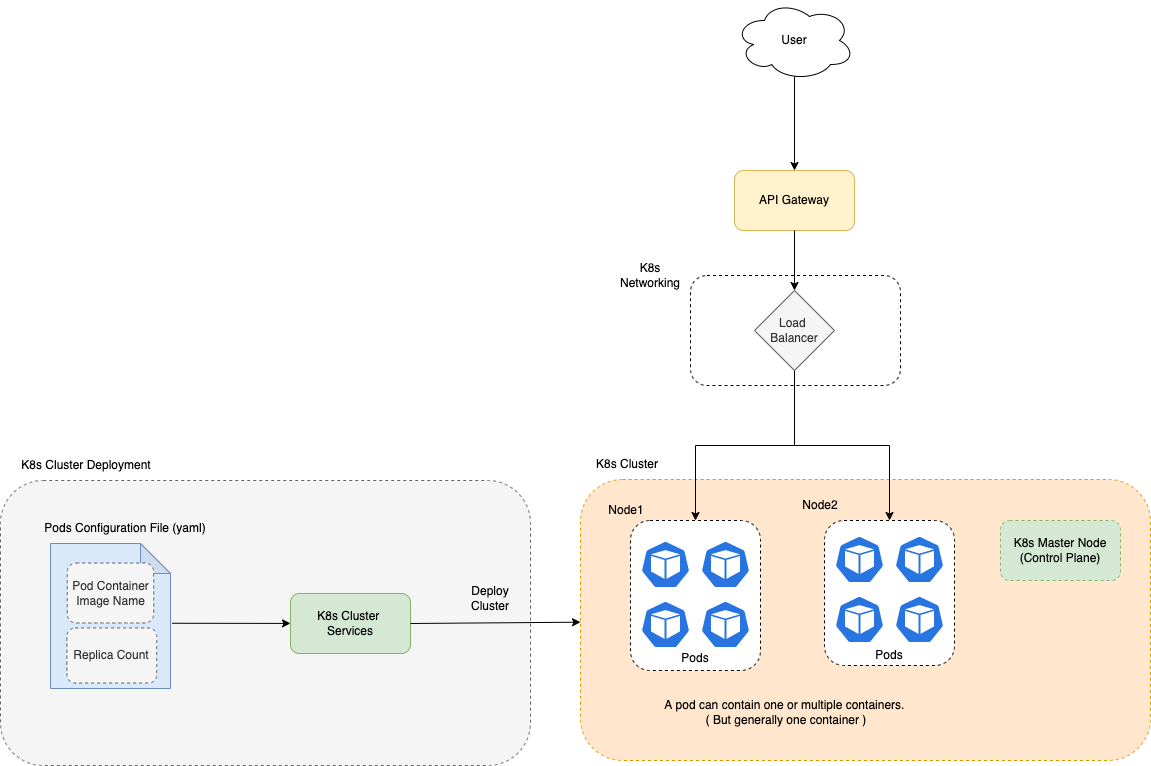
This is src/1_HLDDesignComponents/6_DevOps/assests/Kubernates-Architecture.png from Anshul619/HLD-System-Designs, a draw.io export, as it was before one commit. Source tidied: cells renumbered, new cells last; positions are measured from the earlier drawing's top-left corner, leaving out a move shared by most shapes.
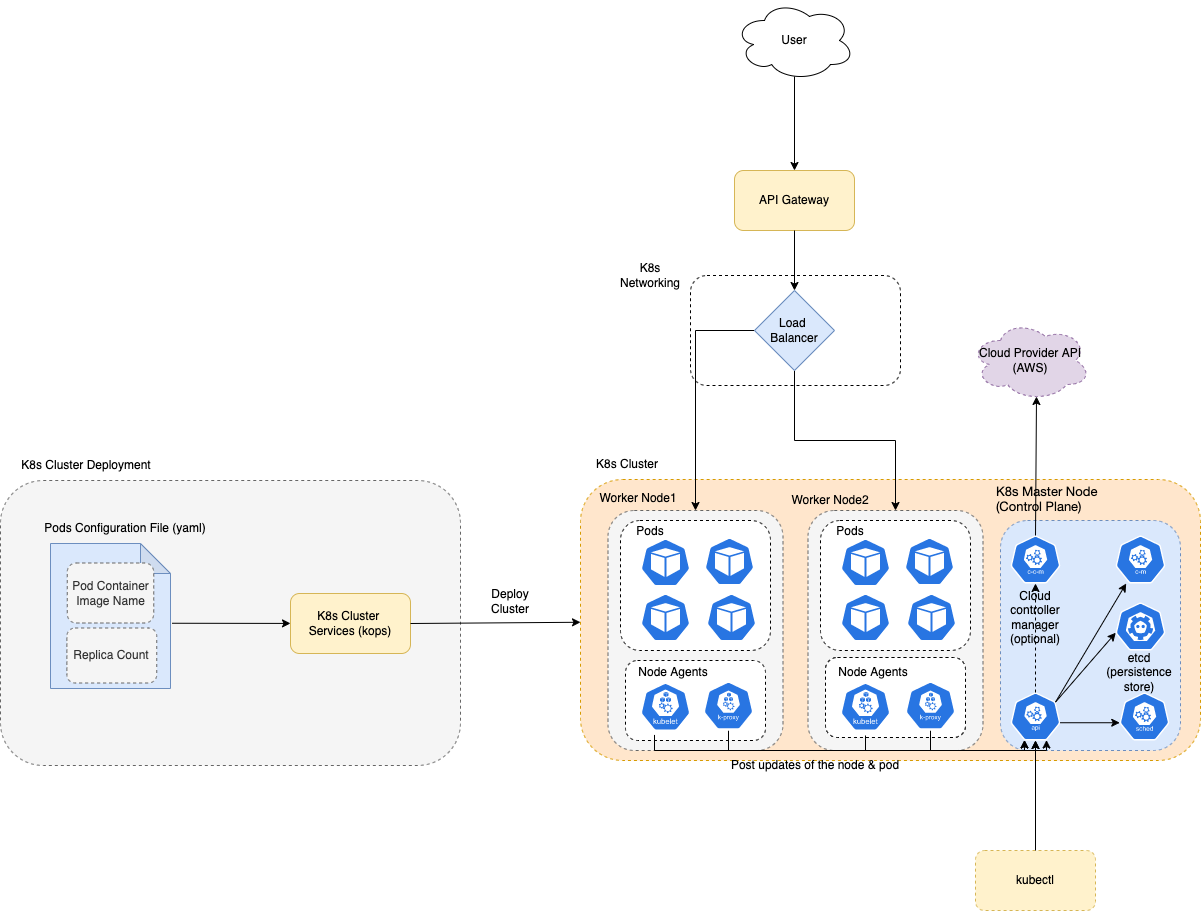
The same diagram one commit later.

Diff of the diagram source:
```diff
@@ -2,70 +2,63 @@
   <root>
     <mxCell id="0" />
     <mxCell id="1" parent="0" />
+    <mxCell id="4" style="rounded=1;whiteSpace=wrap;html=1;dashed=1;fillColor=#ffe6cc;strokeColor=#d79b00;" parent="1" vertex="1">
+      <mxGeometry x="580" y="479" width="620" height="281" as="geometry" />
+    </mxCell>
+    <mxCell id="39" style="rounded=1;whiteSpace=wrap;html=1;fillColor=#f5f5f5;strokeColor=#666666;fontColor=#333333;dashed=1;" parent="1" vertex="1">
+      <mxGeometry x="807.5" y="510" width="175" height="240" as="geometry" />
+    </mxCell>
+    <mxCell id="40" style="rounded=1;whiteSpace=wrap;html=1;dashed=1;" parent="1" vertex="1">
+      <mxGeometry x="825" y="657" width="140" height="80" as="geometry" />
+    </mxCell>
+    <mxCell id="41" style="rounded=1;whiteSpace=wrap;html=1;dashed=1;" parent="1" vertex="1">
+      <mxGeometry x="825" y="657" width="140" height="80" as="geometry" />
+    </mxCell>
+    <mxCell id="42" style="rounded=1;whiteSpace=wrap;html=1;fillColor=#f5f5f5;strokeColor=#666666;fontColor=#333333;dashed=1;" parent="1" vertex="1">
+      <mxGeometry x="607.5" y="510" width="175" height="240" as="geometry" />
+    </mxCell>
     <mxCell id="2" style="rounded=1;whiteSpace=wrap;html=1;dashed=1;" parent="1" vertex="1">
       <mxGeometry x="690" y="275" width="210" height="110" as="geometry" />
     </mxCell>
     <mxCell id="3" style="rounded=1;whiteSpace=wrap;html=1;dashed=1;fillColor=#f5f5f5;strokeColor=#666666;fontColor=#333333;" parent="1" vertex="1">
-      <mxGeometry y="480" width="530" height="285" as="geometry" />
+      <mxGeometry y="480" width="460" height="285" as="geometry" />
     </mxCell>
-    <mxCell id="4" style="rounded=1;whiteSpace=wrap;html=1;dashed=1;fillColor=#ffe6cc;strokeColor=#d79b00;" parent="1" vertex="1">
-      <mxGeometry x="580" y="479" width="570" height="281" as="geometry" />
-    </mxCell>
     <mxCell id="5" style="rounded=1;whiteSpace=wrap;html=1;dashed=1;" parent="1" vertex="1">
-      <mxGeometry x="630" y="520" width="130" height="150" as="geometry" />
+      <mxGeometry x="620" y="520" width="150" height="130" as="geometry" />
     </mxCell>
     <mxCell id="6" style="sketch=0;html=1;dashed=0;whitespace=wrap;fillColor=#2875E2;strokeColor=#ffffff;shape=mxgraph.kubernetes.icon;prIcon=pod;" parent="1" vertex="1">
-      <mxGeometry x="640" y="540" width="50" height="48" as="geometry" />
+      <mxGeometry x="640" y="538" width="50" height="48" as="geometry" />
     </mxCell>
     <mxCell id="7" style="sketch=0;html=1;dashed=0;whitespace=wrap;fillColor=#2875E2;strokeColor=#ffffff;shape=mxgraph.kubernetes.icon;prIcon=pod;" parent="1" vertex="1">
-      <mxGeometry x="640" y="600" width="50" height="48" as="geometry" />
+      <mxGeometry x="640" y="593" width="50" height="48" as="geometry" />
     </mxCell>
     <mxCell id="8" style="sketch=0;html=1;dashed=0;whitespace=wrap;fillColor=#2875E2;strokeColor=#ffffff;shape=mxgraph.kubernetes.icon;prIcon=pod;" parent="1" vertex="1">
-      <mxGeometry x="700" y="540" width="50" height="48" as="geometry" />
+      <mxGeometry x="704" y="537" width="50" height="48" as="geometry" />
     </mxCell>
     <mxCell id="9" style="sketch=0;html=1;dashed=0;whitespace=wrap;fillColor=#2875E2;strokeColor=#ffffff;shape=mxgraph.kubernetes.icon;prIcon=pod;" parent="1" vertex="1">
-      <mxGeometry x="700" y="600" width="50" height="48" as="geometry" />
+      <mxGeometry x="706" y="593" width="50" height="48" as="geometry" />
     </mxCell>
-    <mxCell id="10" value="Node1" style="text;html=1;strokeColor=none;fillColor=none;align=center;verticalAlign=middle;whiteSpace=wrap;rounded=0;" parent="1" vertex="1">
-      <mxGeometry x="596" y="495" width="60" height="30" as="geometry" />
+    <mxCell id="10" value="Worker Node1" style="text;html=1;strokeColor=none;fillColor=none;align=center;verticalAlign=middle;whiteSpace=wrap;rounded=0;" parent="1" vertex="1">
+      <mxGeometry x="596" y="483" width="84" height="30" as="geometry" />
     </mxCell>
-    <mxCell id="11" value="A pod can contain one or multiple containers. &lt;br&gt;( But generally one container )" style="text;html=1;strokeColor=none;fillColor=none;align=center;verticalAlign=middle;whiteSpace=wrap;rounded=0;" parent="1" vertex="1">
-      <mxGeometry x="636" y="697" width="300" height="30" as="geometry" />
-    </mxCell>
-    <mxCell id="12" style="rounded=1;whiteSpace=wrap;html=1;dashed=1;" parent="1" vertex="1">
-      <mxGeometry x="824" y="520" width="130" height="145" as="geometry" />
-    </mxCell>
-    <mxCell id="13" style="sketch=0;html=1;dashed=0;whitespace=wrap;fillColor=#2875E2;strokeColor=#ffffff;shape=mxgraph.kubernetes.icon;prIcon=pod;" parent="1" vertex="1">
-      <mxGeometry x="834" y="535" width="50" height="48" as="geometry" />
-    </mxCell>
-    <mxCell id="14" style="sketch=0;html=1;dashed=0;whitespace=wrap;fillColor=#2875E2;strokeColor=#ffffff;shape=mxgraph.kubernetes.icon;prIcon=pod;" parent="1" vertex="1">
-      <mxGeometry x="834" y="595" width="50" height="48" as="geometry" />
-    </mxCell>
-    <mxCell id="15" style="sketch=0;html=1;dashed=0;whitespace=wrap;fillColor=#2875E2;strokeColor=#ffffff;shape=mxgraph.kubernetes.icon;prIcon=pod;" parent="1" vertex="1">
-      <mxGeometry x="894" y="535" width="50" height="48" as="geometry" />
-    </mxCell>
-    <mxCell id="16" style="sketch=0;html=1;dashed=0;whitespace=wrap;fillColor=#2875E2;strokeColor=#ffffff;shape=mxgraph.kubernetes.icon;prIcon=pod;" parent="1" vertex="1">
-      <mxGeometry x="894" y="595" width="50" height="48" as="geometry" />
-    </mxCell>
-    <mxCell id="17" value="Node2" style="text;html=1;strokeColor=none;fillColor=none;align=center;verticalAlign=middle;whiteSpace=wrap;rounded=0;" parent="1" vertex="1">
-      <mxGeometry x="790" y="490" width="60" height="30" as="geometry" />
+    <mxCell id="17" value="Worker Node2" style="text;html=1;strokeColor=none;fillColor=none;align=center;verticalAlign=middle;whiteSpace=wrap;rounded=0;" parent="1" vertex="1">
+      <mxGeometry x="790" y="485" width="80" height="30" as="geometry" />
     </mxCell>
     <mxCell id="18" value="Pods" style="text;html=1;strokeColor=none;fillColor=none;align=center;verticalAlign=middle;whiteSpace=wrap;rounded=0;" parent="1" vertex="1">
-      <mxGeometry x="665" y="643" width="60" height="30" as="geometry" />
+      <mxGeometry x="620" y="516" width="60" height="30" as="geometry" />
     </mxCell>
-    <mxCell id="19" value="Pods" style="text;html=1;strokeColor=none;fillColor=none;align=center;verticalAlign=middle;whiteSpace=wrap;rounded=0;" parent="1" vertex="1">
-      <mxGeometry x="859" y="640" width="60" height="30" as="geometry" />
-    </mxCell>
     <mxCell id="20" value="K8s Cluster" style="text;html=1;strokeColor=none;fillColor=none;align=center;verticalAlign=middle;whiteSpace=wrap;rounded=0;dashed=1;" parent="1" vertex="1">
       <mxGeometry x="580" y="449" width="94" height="30" as="geometry" />
     </mxCell>
-    <mxCell id="21" style="endArrow=classic;html=1;rounded=0;entryX=0.5;entryY=0;entryDx=0;entryDy=0;edgeStyle=orthogonalEdgeStyle;" parent="1" edge="1" source="23" target="5">
-      <mxGeometry relative="1" as="geometry" />
+    <mxCell id="21" style="endArrow=classic;html=1;rounded=0;edgeStyle=orthogonalEdgeStyle;" parent="1" edge="1" source="23">
+      <mxGeometry relative="1" as="geometry">
+        <mxPoint x="695" y="510" as="targetPoint" />
+      </mxGeometry>
     </mxCell>
-    <mxCell id="22" style="endArrow=classic;html=1;rounded=0;exitX=0.5;exitY=1;exitDx=0;exitDy=0;entryX=0.5;entryY=0;entryDx=0;entryDy=0;edgeStyle=orthogonalEdgeStyle;" parent="1" edge="1" source="23" target="12">
+    <mxCell id="22" style="endArrow=classic;html=1;rounded=0;exitX=0.5;exitY=1;exitDx=0;exitDy=0;entryX=0.5;entryY=0;entryDx=0;entryDy=0;edgeStyle=orthogonalEdgeStyle;" parent="1" edge="1" source="23" target="39">
       <mxGeometry relative="1" as="geometry" />
     </mxCell>
-    <mxCell id="23" value="Load &lt;br&gt;Balancer" style="rhombus;whiteSpace=wrap;html=1;fillColor=#f5f5f5;fontColor=#333333;strokeColor=#666666;" parent="1" vertex="1">
+    <mxCell id="23" value="Load &lt;br&gt;Balancer" style="rhombus;whiteSpace=wrap;html=1;fillColor=#dae8fc;strokeColor=#6c8ebf;" parent="1" vertex="1">
       <mxGeometry x="754" y="290" width="80" height="80" as="geometry" />
     </mxCell>
     <mxCell id="24" value="API Gateway" style="rounded=1;whiteSpace=wrap;html=1;fillColor=#fff2cc;strokeColor=#d6b656;" parent="1" vertex="1">
@@ -83,7 +76,7 @@
     <mxCell id="28" style="shape=note;whiteSpace=wrap;html=1;backgroundOutline=1;darkOpacity=0.05;fillColor=#dae8fc;strokeColor=#6c8ebf;" parent="1" vertex="1">
       <mxGeometry x="50" y="543" width="120" height="145" as="geometry" />
     </mxCell>
-    <mxCell id="29" value="K8s Cluster &lt;br&gt;Services" style="rounded=1;whiteSpace=wrap;html=1;fillColor=#d5e8d4;strokeColor=#82b366;" parent="1" vertex="1">
+    <mxCell id="29" value="K8s Cluster &lt;br&gt;Services (kops)" style="rounded=1;whiteSpace=wrap;html=1;fillColor=#fff2cc;strokeColor=#d6b656;" parent="1" vertex="1">
       <mxGeometry x="290" y="593" width="120" height="60" as="geometry" />
     </mxCell>
     <mxCell id="30" style="endArrow=classic;html=1;rounded=0;exitX=1.013;exitY=0.55;exitDx=0;exitDy=0;exitPerimeter=0;" parent="1" edge="1" source="28" target="29">
@@ -93,13 +86,13 @@
       <mxGeometry relative="1" as="geometry" />
     </mxCell>
     <mxCell id="32" value="Deploy Cluster" style="text;html=1;strokeColor=none;fillColor=none;align=center;verticalAlign=middle;whiteSpace=wrap;rounded=0;" parent="1" vertex="1">
-      <mxGeometry x="460" y="583" width="60" height="30" as="geometry" />
+      <mxGeometry x="480" y="586" width="60" height="30" as="geometry" />
     </mxCell>
     <mxCell id="33" value="K8s Cluster Deployment" style="text;html=1;strokeColor=none;fillColor=none;align=center;verticalAlign=middle;whiteSpace=wrap;rounded=0;dashed=1;" parent="1" vertex="1">
       <mxGeometry x="2" y="450" width="168" height="30" as="geometry" />
     </mxCell>
-    <mxCell id="34" value="K8s Master Node (Control Plane)" style="rounded=1;whiteSpace=wrap;html=1;dashed=1;fillColor=#d5e8d4;strokeColor=#82b366;" parent="1" vertex="1">
-      <mxGeometry x="1000" y="520" width="120" height="60" as="geometry" />
+    <mxCell id="34" style="rounded=1;whiteSpace=wrap;html=1;dashed=1;strokeColor=#6c8ebf;fillColor=#dae8fc;" parent="1" vertex="1">
+      <mxGeometry x="1000" y="520" width="180" height="230" as="geometry" />
     </mxCell>
     <mxCell id="35" value="K8s Networking" style="text;html=1;strokeColor=none;fillColor=none;align=center;verticalAlign=middle;whiteSpace=wrap;rounded=0;dashed=1;" parent="1" vertex="1">
       <mxGeometry x="620" y="260" width="60" height="30" as="geometry" />
@@ -113,5 +106,107 @@
     <mxCell id="38" value="Replica Count" style="rounded=1;whiteSpace=wrap;html=1;dashed=1;fillColor=#f5f5f5;strokeColor=#666666;fontColor=#333333;" parent="1" vertex="1">
       <mxGeometry x="66.4" y="627.5" width="89.9" height="55" as="geometry" />
     </mxCell>
+    <mxCell id="43" style="rounded=1;whiteSpace=wrap;html=1;dashed=1;" parent="1" vertex="1">
+      <mxGeometry x="625" y="660" width="140" height="80" as="geometry" />
+    </mxCell>
+    <mxCell id="44" value="Node Agents" style="text;html=1;strokeColor=none;fillColor=none;align=center;verticalAlign=middle;whiteSpace=wrap;rounded=0;dashed=1;" parent="1" vertex="1">
+      <mxGeometry x="633" y="657" width="80" height="30" as="geometry" />
+    </mxCell>
+    <mxCell id="45" style="sketch=0;html=1;dashed=0;whitespace=wrap;fillColor=#2875E2;strokeColor=#ffffff;points=[[0.005,0.63,0],[0.1,0.2,0],[0.9,0.2,0],[0.5,0,0],[0.995,0.63,0],[0.72,0.99,0],[0.5,1,0],[0.28,0.99,0]];shape=mxgraph.kubernetes.icon;prIcon=kubelet;" parent="1" vertex="1">
+      <mxGeometry x="640" y="677.5" width="50" height="57.5" as="geometry" />
+    </mxCell>
+    <mxCell id="46" style="sketch=0;html=1;dashed=0;whitespace=wrap;fillColor=#2875E2;strokeColor=#ffffff;points=[[0.005,0.63,0],[0.1,0.2,0],[0.9,0.2,0],[0.5,0,0],[0.995,0.63,0],[0.72,0.99,0],[0.5,1,0],[0.28,0.99,0]];shape=mxgraph.kubernetes.icon;prIcon=k_proxy;" parent="1" vertex="1">
+      <mxGeometry x="703" y="680" width="50" height="50.2" as="geometry" />
+    </mxCell>
+    <mxCell id="47" style="rounded=1;whiteSpace=wrap;html=1;dashed=1;" parent="1" vertex="1">
+      <mxGeometry x="820" y="520" width="150" height="130" as="geometry" />
+    </mxCell>
+    <mxCell id="48" style="sketch=0;html=1;dashed=0;whitespace=wrap;fillColor=#2875E2;strokeColor=#ffffff;shape=mxgraph.kubernetes.icon;prIcon=pod;" parent="1" vertex="1">
+      <mxGeometry x="840" y="538" width="50" height="48" as="geometry" />
+    </mxCell>
+    <mxCell id="49" style="sketch=0;html=1;dashed=0;whitespace=wrap;fillColor=#2875E2;strokeColor=#ffffff;shape=mxgraph.kubernetes.icon;prIcon=pod;" parent="1" vertex="1">
+      <mxGeometry x="840" y="593" width="50" height="48" as="geometry" />
+    </mxCell>
+    <mxCell id="50" style="sketch=0;html=1;dashed=0;whitespace=wrap;fillColor=#2875E2;strokeColor=#ffffff;shape=mxgraph.kubernetes.icon;prIcon=pod;" parent="1" vertex="1">
+      <mxGeometry x="904" y="537" width="50" height="48" as="geometry" />
+    </mxCell>
+    <mxCell id="51" style="sketch=0;html=1;dashed=0;whitespace=wrap;fillColor=#2875E2;strokeColor=#ffffff;shape=mxgraph.kubernetes.icon;prIcon=pod;" parent="1" vertex="1">
+      <mxGeometry x="906" y="593" width="50" height="48" as="geometry" />
+    </mxCell>
+    <mxCell id="19" value="Pods" style="text;html=1;strokeColor=none;fillColor=none;align=center;verticalAlign=middle;whiteSpace=wrap;rounded=0;" parent="1" vertex="1">
+      <mxGeometry x="820" y="516" width="60" height="30" as="geometry" />
+    </mxCell>
+    <mxCell id="52" value="Node Agents" style="text;html=1;strokeColor=none;fillColor=none;align=center;verticalAlign=middle;whiteSpace=wrap;rounded=0;dashed=1;" parent="1" vertex="1">
+      <mxGeometry x="833" y="657" width="80" height="30" as="geometry" />
+    </mxCell>
+    <mxCell id="53" style="sketch=0;html=1;dashed=0;whitespace=wrap;fillColor=#2875E2;strokeColor=#ffffff;points=[[0.005,0.63,0],[0.1,0.2,0],[0.9,0.2,0],[0.5,0,0],[0.995,0.63,0],[0.72,0.99,0],[0.5,1,0],[0.28,0.99,0]];shape=mxgraph.kubernetes.icon;prIcon=kubelet;" parent="1" vertex="1">
+      <mxGeometry x="840" y="677.5" width="50" height="57.5" as="geometry" />
+    </mxCell>
+    <mxCell id="54" style="sketch=0;html=1;dashed=0;whitespace=wrap;fillColor=#2875E2;strokeColor=#ffffff;points=[[0.005,0.63,0],[0.1,0.2,0],[0.9,0.2,0],[0.5,0,0],[0.995,0.63,0],[0.72,0.99,0],[0.5,1,0],[0.28,0.99,0]];shape=mxgraph.kubernetes.icon;prIcon=k_proxy;" parent="1" vertex="1">
+      <mxGeometry x="905" y="680" width="50" height="50.2" as="geometry" />
+    </mxCell>
+    <mxCell id="55" value="&lt;p style=&quot;margin: 0px; font-variant-numeric: normal; font-variant-east-asian: normal; font-stretch: normal; font-size: 13px; line-height: normal; font-family: &amp;quot;Helvetica Neue&amp;quot;; text-align: start;&quot; class=&quot;p1&quot;&gt;K8s Master Node (Control Plane)&lt;/p&gt;" style="text;html=1;strokeColor=none;fillColor=none;align=center;verticalAlign=middle;whiteSpace=wrap;rounded=0;dashed=1;" parent="1" vertex="1">
+      <mxGeometry x="995" y="483" width="130" height="30" as="geometry" />
+    </mxCell>
+    <mxCell id="56" style="sketch=0;html=1;dashed=0;whitespace=wrap;fillColor=#2875E2;strokeColor=#ffffff;points=[[0.005,0.63,0],[0.1,0.2,0],[0.9,0.2,0],[0.5,0,0],[0.995,0.63,0],[0.72,0.99,0],[0.5,1,0],[0.28,0.99,0]];shape=mxgraph.kubernetes.icon;prIcon=api;" parent="1" vertex="1">
+      <mxGeometry x="1010" y="692" width="50" height="48" as="geometry" />
+    </mxCell>
+    <mxCell id="57" style="endArrow=classic;html=1;rounded=0;exitX=0.5;exitY=1;exitDx=0;exitDy=0;exitPerimeter=0;entryX=0.28;entryY=0.99;entryDx=0;entryDy=0;entryPerimeter=0;edgeStyle=orthogonalEdgeStyle;" parent="1" edge="1" source="54" target="56">
+      <mxGeometry relative="1" as="geometry" />
+    </mxCell>
+    <mxCell id="58" style="endArrow=classic;html=1;rounded=0;exitX=0.28;exitY=0.99;exitDx=0;exitDy=0;exitPerimeter=0;entryX=0.5;entryY=1;entryDx=0;entryDy=0;entryPerimeter=0;edgeStyle=orthogonalEdgeStyle;" parent="1" edge="1" source="45" target="56">
+      <mxGeometry relative="1" as="geometry" />
+    </mxCell>
+    <mxCell id="59" style="endArrow=classic;html=1;rounded=0;exitX=0.5;exitY=1;exitDx=0;exitDy=0;exitPerimeter=0;entryX=0.72;entryY=0.99;entryDx=0;entryDy=0;entryPerimeter=0;edgeStyle=orthogonalEdgeStyle;" parent="1" edge="1" source="46" target="56">
+      <mxGeometry relative="1" as="geometry" />
+    </mxCell>
+    <mxCell id="60" style="endArrow=classic;html=1;rounded=0;exitX=0.5;exitY=1;exitDx=0;exitDy=0;exitPerimeter=0;entryX=0.28;entryY=0.99;entryDx=0;entryDy=0;entryPerimeter=0;edgeStyle=orthogonalEdgeStyle;" parent="1" edge="1" source="53" target="56">
+      <mxGeometry relative="1" as="geometry" />
+    </mxCell>
+    <mxCell id="61" value="Post updates of the node &amp;amp; pod" style="text;html=1;strokeColor=none;fillColor=none;align=center;verticalAlign=middle;whiteSpace=wrap;rounded=0;" parent="1" vertex="1">
+      <mxGeometry x="665" y="750" width="300" height="30" as="geometry" />
+    </mxCell>
+    <mxCell id="62" style="sketch=0;html=1;dashed=0;whitespace=wrap;fillColor=#2875E2;strokeColor=#ffffff;points=[[0.005,0.63,0],[0.1,0.2,0],[0.9,0.2,0],[0.5,0,0],[0.995,0.63,0],[0.72,0.99,0],[0.5,1,0],[0.28,0.99,0]];shape=mxgraph.kubernetes.icon;prIcon=sched;" parent="1" vertex="1">
+      <mxGeometry x="1119" y="692" width="50" height="48" as="geometry" />
+    </mxCell>
+    <mxCell id="63" style="endArrow=classic;html=1;rounded=0;exitX=0.995;exitY=0.63;exitDx=0;exitDy=0;exitPerimeter=0;entryX=0.005;entryY=0.63;entryDx=0;entryDy=0;entryPerimeter=0;" parent="1" edge="1" source="56" target="62">
+      <mxGeometry relative="1" as="geometry" />
+    </mxCell>
+    <mxCell id="64" style="sketch=0;html=1;dashed=0;whitespace=wrap;fillColor=#2875E2;strokeColor=#ffffff;points=[[0.005,0.63,0],[0.1,0.2,0],[0.9,0.2,0],[0.5,0,0],[0.995,0.63,0],[0.72,0.99,0],[0.5,1,0],[0.28,0.99,0]];shape=mxgraph.kubernetes.icon;prIcon=etcd;" parent="1" vertex="1">
+      <mxGeometry x="1115" y="602" width="50" height="48" as="geometry" />
+    </mxCell>
+    <mxCell id="65" style="endArrow=classic;html=1;rounded=0;exitX=0.9;exitY=0.2;exitDx=0;exitDy=0;exitPerimeter=0;entryX=0.005;entryY=0.63;entryDx=0;entryDy=0;entryPerimeter=0;" parent="1" edge="1" source="56" target="64">
+      <mxGeometry relative="1" as="geometry" />
+    </mxCell>
+    <mxCell id="66" value="etcd (persistence store)" style="text;html=1;strokeColor=none;fillColor=none;align=center;verticalAlign=middle;whiteSpace=wrap;rounded=0;dashed=1;" parent="1" vertex="1">
+      <mxGeometry x="1109" y="657" width="60" height="30" as="geometry" />
+    </mxCell>
+    <mxCell id="67" style="sketch=0;html=1;dashed=0;whitespace=wrap;fillColor=#2875E2;strokeColor=#ffffff;points=[[0.005,0.63,0],[0.1,0.2,0],[0.9,0.2,0],[0.5,0,0],[0.995,0.63,0],[0.72,0.99,0],[0.5,1,0],[0.28,0.99,0]];shape=mxgraph.kubernetes.icon;prIcon=c_m;" parent="1" vertex="1">
+      <mxGeometry x="1115" y="535" width="50" height="48" as="geometry" />
+    </mxCell>
+    <mxCell id="68" style="sketch=0;html=1;dashed=0;whitespace=wrap;fillColor=#2875E2;strokeColor=#ffffff;points=[[0.005,0.63,0],[0.1,0.2,0],[0.9,0.2,0],[0.5,0,0],[0.995,0.63,0],[0.72,0.99,0],[0.5,1,0],[0.28,0.99,0]];shape=mxgraph.kubernetes.icon;prIcon=c_c_m;" parent="1" vertex="1">
+      <mxGeometry x="1010" y="535" width="50" height="48" as="geometry" />
+    </mxCell>
+    <mxCell id="69" style="endArrow=classic;html=1;rounded=0;exitX=0.5;exitY=0;exitDx=0;exitDy=0;exitPerimeter=0;entryX=0.5;entryY=1;entryDx=0;entryDy=0;entryPerimeter=0;dashed=1;" parent="1" edge="1" source="56" target="68">
+      <mxGeometry relative="1" as="geometry" />
+    </mxCell>
+    <mxCell id="70" style="endArrow=classic;html=1;rounded=0;exitX=0.9;exitY=0.2;exitDx=0;exitDy=0;exitPerimeter=0;" parent="1" edge="1" source="56" target="67">
+      <mxGeometry relative="1" as="geometry" />
+    </mxCell>
+    <mxCell id="71" value="Cloud controller manager (optional)" style="text;html=1;strokeColor=none;fillColor=none;align=center;verticalAlign=middle;whiteSpace=wrap;rounded=0;dashed=1;" parent="1" vertex="1">
+      <mxGeometry x="1005" y="602" width="60" height="30" as="geometry" />
+    </mxCell>
+    <mxCell id="72" value="Cloud Provider API&lt;br&gt;(AWS)" style="ellipse;shape=cloud;whiteSpace=wrap;html=1;dashed=1;strokeColor=#9673a6;fillColor=#e1d5e7;" parent="1" vertex="1">
+      <mxGeometry x="970" y="320" width="120" height="80" as="geometry" />
+    </mxCell>
+    <mxCell id="73" style="endArrow=classic;html=1;rounded=0;exitX=0.5;exitY=0;exitDx=0;exitDy=0;exitPerimeter=0;entryX=0.55;entryY=0.95;entryDx=0;entryDy=0;entryPerimeter=0;" parent="1" edge="1" source="68" target="72">
+      <mxGeometry relative="1" as="geometry" />
+    </mxCell>
+    <mxCell id="74" value="kubectl" style="rounded=1;whiteSpace=wrap;html=1;dashed=1;strokeColor=#d6b656;fillColor=#fff2cc;" parent="1" vertex="1">
+      <mxGeometry x="975" y="850" width="120" height="60" as="geometry" />
+    </mxCell>
+    <mxCell id="75" style="endArrow=classic;html=1;rounded=0;exitX=0.5;exitY=0;exitDx=0;exitDy=0;entryX=0.5;entryY=1;entryDx=0;entryDy=0;entryPerimeter=0;" parent="1" edge="1" source="74" target="56">
+      <mxGeometry relative="1" as="geometry" />
+    </mxCell>
   </root>
 </mxGraphModel>
```
